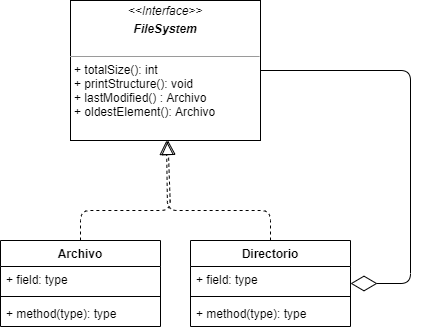
This is src/tpComposite/sistemaDeArchivos/SistemaDeArchivos-UML.png from CundariNicolas/unqui-poo2-cundari, a draw.io export, as it was before one commit. Source tidied: cells renumbered, new cells last; positions are measured from the earlier drawing's top-left corner, leaving out a move shared by most shapes.
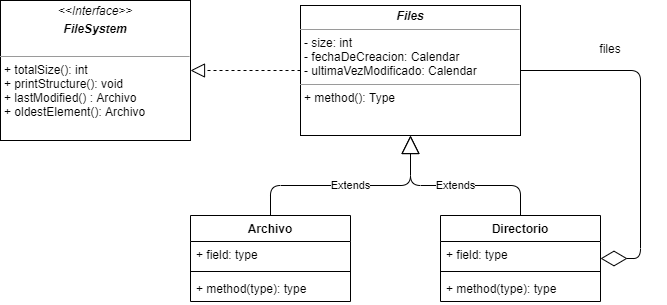
After the commit.

What changed in the source:
```diff
@@ -3,7 +3,7 @@
     <mxCell id="0" />
     <mxCell id="1" parent="0" />
     <mxCell id="2" value="Archivo" style="swimlane;fontStyle=1;align=center;verticalAlign=top;horizontal=1;startSize=26;" parent="1" vertex="1">
-      <mxGeometry y="240" width="160" height="86" as="geometry" />
+      <mxGeometry x="-110" y="210" width="160" height="86" as="geometry" />
     </mxCell>
     <mxCell id="3" value="+ field: type" style="text;strokeColor=none;fillColor=none;align=left;verticalAlign=top;spacingLeft=4;spacingRight=4;overflow=hidden;" parent="2" vertex="1">
       <mxGeometry y="26" width="160" height="26" as="geometry" />
@@ -15,7 +15,7 @@
       <mxGeometry y="60" width="160" height="26" as="geometry" />
     </mxCell>
     <mxCell id="6" value="Directorio" style="swimlane;fontStyle=1;align=center;verticalAlign=top;horizontal=1;startSize=26;" parent="1" vertex="1">
-      <mxGeometry x="190" y="240" width="160" height="86" as="geometry" />
+      <mxGeometry x="140" y="210" width="160" height="86" as="geometry" />
     </mxCell>
     <mxCell id="7" value="+ field: type" style="text;strokeColor=none;fillColor=none;align=left;verticalAlign=top;spacingLeft=4;spacingRight=4;overflow=hidden;" parent="6" vertex="1">
       <mxGeometry y="26" width="160" height="26" as="geometry" />
@@ -27,31 +27,40 @@
       <mxGeometry y="60" width="160" height="26" as="geometry" />
     </mxCell>
     <mxCell id="10" value="&lt;p style=&quot;margin: 0px ; margin-top: 4px ; text-align: center&quot;&gt;&lt;i&gt;&amp;lt;&amp;lt;Interface&amp;gt;&amp;gt;&lt;/i&gt;&lt;br&gt;&lt;/p&gt;&lt;p style=&quot;margin: 0px ; margin-top: 4px ; text-align: center&quot;&gt;&lt;i&gt;&lt;b&gt;FileSystem&lt;/b&gt;&lt;/i&gt;&lt;/p&gt;&lt;p style=&quot;margin: 0px ; margin-left: 4px&quot;&gt;&lt;br&gt;&lt;/p&gt;&lt;hr size=&quot;1&quot;&gt;&lt;p style=&quot;margin: 0px ; margin-left: 4px&quot;&gt;+ totalSize(): int&lt;br&gt;+ printStructure(): void&lt;/p&gt;&lt;p style=&quot;margin: 0px ; margin-left: 4px&quot;&gt;+ lastModified() : Archivo&lt;/p&gt;&lt;p style=&quot;margin: 0px ; margin-left: 4px&quot;&gt;+ oldestElement(): Archivo&lt;/p&gt;" style="verticalAlign=top;align=left;overflow=fill;fontSize=12;fontFamily=Helvetica;html=1;" parent="1" vertex="1">
-      <mxGeometry x="70" width="190" height="140" as="geometry" />
+      <mxGeometry x="-300" y="-5" width="190" height="140" as="geometry" />
     </mxCell>
-    <mxCell id="11" style="endArrow=block;dashed=1;endFill=0;endSize=12;html=1;" parent="1" edge="1" source="2" target="10">
-      <mxGeometry relative="1" as="geometry">
-        <Array as="points">
-          <mxPoint x="80" y="210" />
-          <mxPoint x="170" y="210" />
-        </Array>
-      </mxGeometry>
+    <mxCell id="11" style="endArrow=block;dashed=1;endFill=0;endSize=12;html=1;" parent="1" edge="1" source="14" target="10">
+      <mxGeometry relative="1" as="geometry" />
     </mxCell>
-    <mxCell id="12" style="endArrow=block;dashed=1;endFill=0;endSize=12;html=1;" parent="1" edge="1" source="6" target="10">
-      <mxGeometry relative="1" as="geometry">
-        <Array as="points">
-          <mxPoint x="270" y="210" />
-          <mxPoint x="167" y="210" />
-        </Array>
-      </mxGeometry>
-    </mxCell>
-    <mxCell id="13" style="endArrow=diamondThin;endFill=0;endSize=24;html=1;" parent="1" edge="1" source="10" target="6">
-      <mxGeometry relative="1" as="geometry">
-        <Array as="points">
-          <mxPoint x="410" y="70" />
-          <mxPoint x="410" y="283" />
-        </Array>
-      </mxGeometry>
-    </mxCell>
+    <mxCell id="14" value="&lt;p style=&quot;margin: 0px ; margin-top: 4px ; text-align: center&quot;&gt;&lt;b&gt;&lt;i&gt;Files&lt;/i&gt;&lt;/b&gt;&lt;/p&gt;&lt;hr size=&quot;1&quot;&gt;&lt;p style=&quot;margin: 0px ; margin-left: 4px&quot;&gt;- size: int&lt;/p&gt;&lt;p style=&quot;margin: 0px ; margin-left: 4px&quot;&gt;- fechaDeCreacion: Calendar&lt;/p&gt;&lt;p style=&quot;margin: 0px ; margin-left: 4px&quot;&gt;- ultimaVezModificado: Calendar&lt;/p&gt;&lt;hr size=&quot;1&quot;&gt;&lt;p style=&quot;margin: 0px ; margin-left: 4px&quot;&gt;+ method(): Type&lt;/p&gt;" style="verticalAlign=top;align=left;overflow=fill;fontSize=12;fontFamily=Helvetica;html=1;" parent="1" vertex="1">
+      <mxGeometry width="220" height="130" as="geometry" />
+    </mxCell>
+    <mxCell id="15" value="Extends" style="endArrow=block;endSize=16;endFill=0;html=1;" parent="1" edge="1" source="2" target="14">
+      <mxGeometry relative="1" as="geometry">
+        <Array as="points">
+          <mxPoint x="-30" y="180" />
+          <mxPoint x="110" y="180" />
+        </Array>
+      </mxGeometry>
+    </mxCell>
+    <mxCell id="16" value="Extends" style="endArrow=block;endSize=16;endFill=0;html=1;" parent="1" edge="1" source="6" target="14">
+      <mxGeometry relative="1" as="geometry">
+        <Array as="points">
+          <mxPoint x="220" y="180" />
+          <mxPoint x="110" y="180" />
+        </Array>
+      </mxGeometry>
+    </mxCell>
+    <mxCell id="17" style="endArrow=diamondThin;endFill=0;endSize=24;html=1;" parent="1" edge="1" source="14" target="6">
+      <mxGeometry relative="1" as="geometry">
+        <Array as="points">
+          <mxPoint x="340" y="65" />
+          <mxPoint x="340" y="253" />
+        </Array>
+      </mxGeometry>
+    </mxCell>
+    <mxCell id="18" value="files" style="text;align=center;fontStyle=0;verticalAlign=middle;spacingLeft=3;spacingRight=3;strokeColor=none;" parent="1" vertex="1">
+      <mxGeometry x="270" y="30" width="80" height="26" as="geometry" />
+    </mxCell>
   </root>
 </mxGraphModel>
```
